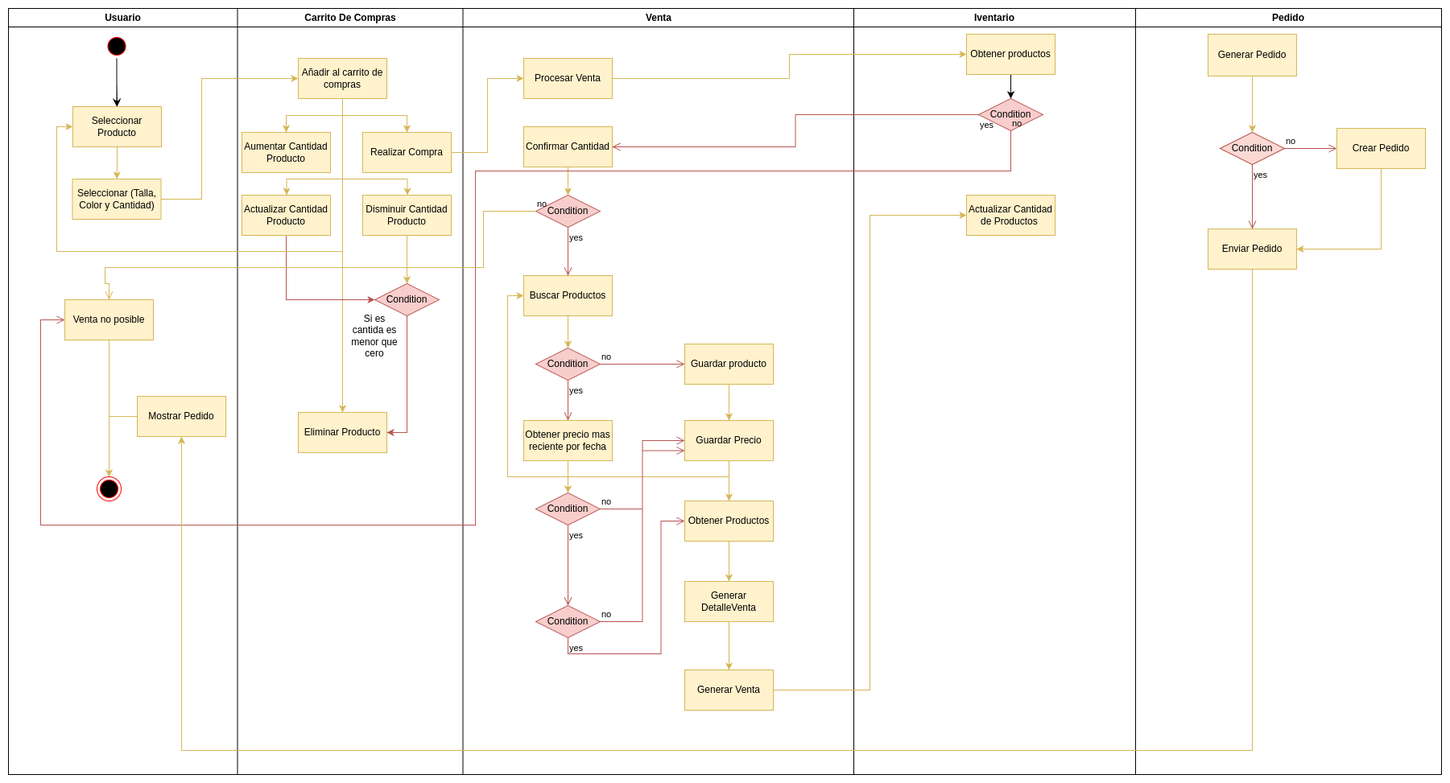
Earlier version of the draw.io export Diagramas/UML/Actividades/Pedidos.png (Gilgamesh06/Ecommerce). Source tidied: cells renumbered, new cells last; positions are measured from the earlier drawing's top-left corner, leaving out a move shared by most shapes.
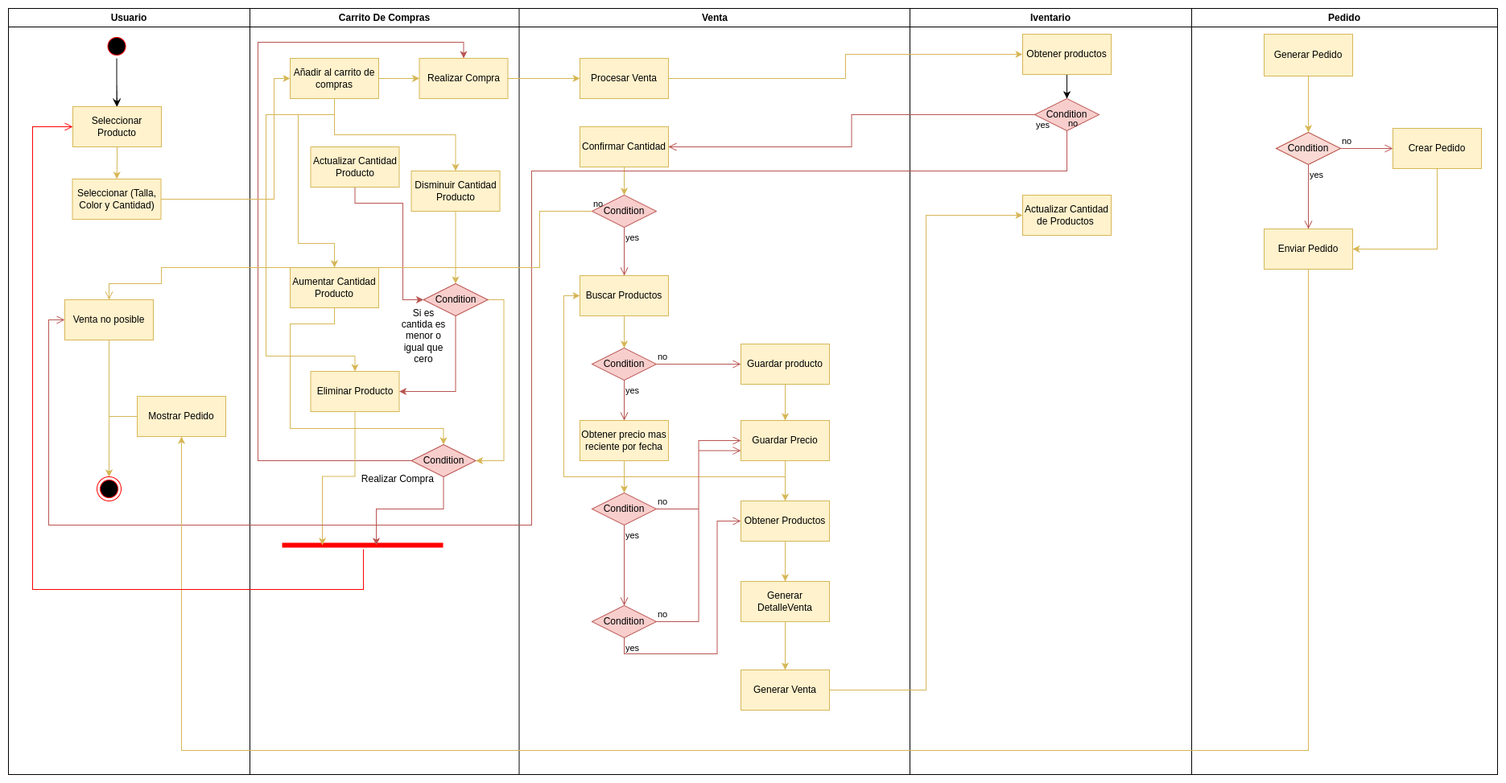
The same diagram one commit later.

Commit message:
Se actualizo el diagrama de Actividades.

The edit, as a diff of the source:
```diff
@@ -3,7 +3,7 @@
     <mxCell id="0" />
     <mxCell id="1" parent="0" />
     <mxCell id="2" value="Usuario" style="swimlane;whiteSpace=wrap;" parent="1" vertex="1">
-      <mxGeometry width="284.5" height="952" as="geometry" />
+      <mxGeometry x="-70" width="300" height="952" as="geometry" />
     </mxCell>
     <mxCell id="3" style="edgeStyle=orthogonalEdgeStyle;rounded=0;jettySize=auto;html=1;" parent="2" edge="1" source="4" target="7">
       <mxGeometry relative="1" as="geometry" />
@@ -41,66 +41,110 @@
       <mxGeometry x="110" y="582" width="30" height="30" as="geometry" />
     </mxCell>
     <mxCell id="14" value="Carrito De Compras" style="swimlane;whiteSpace=wrap;" parent="1" vertex="1">
-      <mxGeometry x="284.5" width="280" height="952" as="geometry" />
+      <mxGeometry x="230" width="334.5" height="952" as="geometry" />
     </mxCell>
+    <mxCell id="18" style="edgeStyle=orthogonalEdgeStyle;rounded=0;jettySize=auto;html=1;exitX=1;exitY=0.5;exitDx=0;exitDy=0;fillColor=#fff2cc;strokeColor=#d6b656;" parent="14" edge="1" source="20" target="27">
+      <mxGeometry relative="1" as="geometry" />
+    </mxCell>
+    <mxCell id="16" style="edgeStyle=orthogonalEdgeStyle;rounded=0;jettySize=auto;html=1;exitX=0.5;exitY=1;exitDx=0;exitDy=0;fillColor=#fff2cc;strokeColor=#d6b656;" parent="14" edge="1" source="20" target="23">
+      <mxGeometry relative="1" as="geometry" />
+    </mxCell>
+    <mxCell id="19" style="edgeStyle=orthogonalEdgeStyle;rounded=0;jettySize=auto;html=1;exitX=0.5;exitY=1;exitDx=0;exitDy=0;entryX=0.5;entryY=0;entryDx=0;entryDy=0;fillColor=#fff2cc;strokeColor=#d6b656;" parent="14" edge="1" source="20" target="26">
+      <mxGeometry relative="1" as="geometry">
+        <Array as="points">
+          <mxPoint x="105" y="132" />
+          <mxPoint x="20" y="132" />
+          <mxPoint x="20" y="432" />
+          <mxPoint x="131" y="432" />
+        </Array>
+      </mxGeometry>
+    </mxCell>
-    <mxCell id="15" style="edgeStyle=orthogonalEdgeStyle;rounded=0;jettySize=auto;html=1;exitX=0.5;exitY=1;exitDx=0;exitDy=0;entryX=0.5;entryY=0;entryDx=0;entryDy=0;fillColor=#fff2cc;strokeColor=#d6b656;" parent="14" edge="1" source="20" target="21">
-      <mxGeometry relative="1" as="geometry" />
+    <mxCell id="15" style="edgeStyle=orthogonalEdgeStyle;rounded=0;jettySize=auto;html=1;exitX=0.5;exitY=1;exitDx=0;exitDy=0;fillColor=#fff2cc;strokeColor=#d6b656;" parent="14" edge="1" source="20" target="21">
+      <mxGeometry relative="1" as="geometry">
+        <Array as="points">
+          <mxPoint x="105" y="132" />
+          <mxPoint x="60" y="132" />
+          <mxPoint x="60" y="292" />
+          <mxPoint x="105" y="292" />
+        </Array>
+      </mxGeometry>
     </mxCell>
-    <mxCell id="16" style="edgeStyle=orthogonalEdgeStyle;rounded=0;jettySize=auto;html=1;exitX=0.5;exitY=1;exitDx=0;exitDy=0;fillColor=#fff2cc;strokeColor=#d6b656;" parent="14" edge="1" source="20" target="23">
-      <mxGeometry relative="1" as="geometry">
-        <Array as="points">
-          <mxPoint x="131" y="212" />
-          <mxPoint x="211" y="212" />
-        </Array>
-      </mxGeometry>
-    </mxCell>
-    <mxCell id="17" style="edgeStyle=orthogonalEdgeStyle;rounded=0;jettySize=auto;html=1;exitX=0.5;exitY=1;exitDx=0;exitDy=0;fillColor=#fff2cc;strokeColor=#d6b656;" parent="14" edge="1" source="20" target="25">
-      <mxGeometry relative="1" as="geometry">
-        <Array as="points">
-          <mxPoint x="131" y="212" />
-          <mxPoint x="61" y="212" />
-        </Array>
-      </mxGeometry>
-    </mxCell>
-    <mxCell id="18" style="edgeStyle=orthogonalEdgeStyle;rounded=0;jettySize=auto;html=1;exitX=0.5;exitY=1;exitDx=0;exitDy=0;fillColor=#fff2cc;strokeColor=#d6b656;" parent="14" edge="1" source="20" target="27">
-      <mxGeometry relative="1" as="geometry" />
-    </mxCell>
-    <mxCell id="19" style="edgeStyle=orthogonalEdgeStyle;rounded=0;jettySize=auto;html=1;exitX=0.5;exitY=1;exitDx=0;exitDy=0;fillColor=#fff2cc;strokeColor=#d6b656;" parent="14" edge="1" source="20" target="26">
-      <mxGeometry relative="1" as="geometry" />
-    </mxCell>
     <mxCell id="20" value="Añadir al carrito de compras" style="html=1;whiteSpace=wrap;fillColor=#fff2cc;strokeColor=#d6b656;" parent="14" vertex="1">
-      <mxGeometry x="75.5" y="62" width="110" height="50" as="geometry" />
+      <mxGeometry x="50" y="62" width="110" height="50" as="geometry" />
     </mxCell>
+    <mxCell id="83" style="edgeStyle=orthogonalEdgeStyle;rounded=0;jettySize=auto;html=1;exitX=0.5;exitY=1;exitDx=0;exitDy=0;entryX=0.5;entryY=0;entryDx=0;entryDy=0;fillColor=#fff2cc;strokeColor=#d6b656;" parent="14" edge="1" source="21" target="87">
+      <mxGeometry relative="1" as="geometry">
+        <Array as="points">
+          <mxPoint x="105" y="392" />
+          <mxPoint x="50" y="392" />
+          <mxPoint x="50" y="522" />
+          <mxPoint x="241" y="522" />
+        </Array>
+      </mxGeometry>
+    </mxCell>
     <mxCell id="21" value="Aumentar Cantidad Producto" style="html=1;whiteSpace=wrap;fillColor=#fff2cc;strokeColor=#d6b656;" parent="14" vertex="1">
-      <mxGeometry x="5.5" y="154" width="110" height="50" as="geometry" />
+      <mxGeometry x="50" y="322" width="110" height="50" as="geometry" />
     </mxCell>
     <mxCell id="22" style="edgeStyle=orthogonalEdgeStyle;rounded=0;jettySize=auto;html=1;exitX=0.5;exitY=1;exitDx=0;exitDy=0;entryX=0.5;entryY=0;entryDx=0;entryDy=0;fillColor=#fff2cc;strokeColor=#d6b656;" parent="14" edge="1" source="23" target="29">
       <mxGeometry relative="1" as="geometry" />
     </mxCell>
     <mxCell id="23" value="Disminuir Cantidad Producto" style="html=1;whiteSpace=wrap;fillColor=#fff2cc;strokeColor=#d6b656;" parent="14" vertex="1">
-      <mxGeometry x="155.5" y="232" width="110" height="50" as="geometry" />
+      <mxGeometry x="200.5" y="202" width="110" height="50" as="geometry" />
     </mxCell>
     <mxCell id="24" style="edgeStyle=orthogonalEdgeStyle;rounded=0;jettySize=auto;html=1;exitX=0.5;exitY=1;exitDx=0;exitDy=0;entryX=0;entryY=0.5;entryDx=0;entryDy=0;fillColor=#f8cecc;strokeColor=#b85450;" parent="14" edge="1" source="25" target="29">
-      <mxGeometry relative="1" as="geometry" />
+      <mxGeometry relative="1" as="geometry">
+        <Array as="points">
+          <mxPoint x="131" y="242" />
+          <mxPoint x="190" y="242" />
+          <mxPoint x="190" y="362" />
+        </Array>
+      </mxGeometry>
     </mxCell>
     <mxCell id="25" value="Actualizar Cantidad Producto" style="html=1;whiteSpace=wrap;fillColor=#fff2cc;strokeColor=#d6b656;" parent="14" vertex="1">
-      <mxGeometry x="5.5" y="232" width="110" height="50" as="geometry" />
+      <mxGeometry x="75.5" y="172" width="110" height="50" as="geometry" />
     </mxCell>
     <mxCell id="26" value="Eliminar Producto" style="html=1;whiteSpace=wrap;fillColor=#fff2cc;strokeColor=#d6b656;" parent="14" vertex="1">
-      <mxGeometry x="75.5" y="502" width="110" height="50" as="geometry" />
+      <mxGeometry x="75.5" y="451" width="110" height="50" as="geometry" />
     </mxCell>
     <mxCell id="27" value="Realizar Compra" style="html=1;whiteSpace=wrap;fillColor=#fff2cc;strokeColor=#d6b656;" parent="14" vertex="1">
-      <mxGeometry x="155.5" y="154" width="110" height="50" as="geometry" />
+      <mxGeometry x="210.5" y="62" width="110" height="50" as="geometry" />
     </mxCell>
     <mxCell id="28" style="edgeStyle=orthogonalEdgeStyle;rounded=0;jettySize=auto;html=1;exitX=0.5;exitY=1;exitDx=0;exitDy=0;entryX=1;entryY=0.5;entryDx=0;entryDy=0;fillColor=#f8cecc;strokeColor=#b85450;" parent="14" edge="1" source="29" target="26">
       <mxGeometry relative="1" as="geometry" />
     </mxCell>
+    <mxCell id="84" style="edgeStyle=orthogonalEdgeStyle;rounded=0;jettySize=auto;html=1;exitX=1;exitY=0.5;exitDx=0;exitDy=0;entryX=1;entryY=0.5;entryDx=0;entryDy=0;fillColor=#fff2cc;strokeColor=#d6b656;" parent="14" edge="1" source="29" target="87">
+      <mxGeometry relative="1" as="geometry" />
+    </mxCell>
     <mxCell id="29" value="Condition" style="rhombus;whiteSpace=wrap;html=1;fillColor=#f8cecc;strokeColor=#b85450;" parent="14" vertex="1">
-      <mxGeometry x="170.5" y="342" width="80" height="40" as="geometry" />
+      <mxGeometry x="215.5" y="342" width="80" height="40" as="geometry" />
     </mxCell>
-    <mxCell id="30" value="Si es cantida es menor que cero" style="text;html=1;align=center;verticalAlign=middle;whiteSpace=wrap;rounded=0;" parent="14" vertex="1">
-      <mxGeometry x="140.5" y="392" width="60" height="30" as="geometry" />
+    <mxCell id="30" value="Si es cantida es menor o igual que cero" style="text;html=1;align=center;verticalAlign=middle;whiteSpace=wrap;rounded=0;" parent="14" vertex="1">
+      <mxGeometry x="185.5" y="392" width="60" height="30" as="geometry" />
     </mxCell>
+    <mxCell id="85" style="shape=line;html=1;strokeWidth=6;strokeColor=#ff0000;" parent="14" vertex="1">
+      <mxGeometry x="40" y="662" width="200" height="10" as="geometry" />
+    </mxCell>
+    <mxCell id="86" style="edgeStyle=orthogonalEdgeStyle;rounded=0;jettySize=auto;html=1;exitX=0;exitY=0.5;exitDx=0;exitDy=0;entryX=0.5;entryY=0;entryDx=0;entryDy=0;fillColor=#f8cecc;strokeColor=#b85450;" parent="14" edge="1" source="87" target="27">
+      <mxGeometry relative="1" as="geometry">
+        <Array as="points">
+          <mxPoint x="10" y="562" />
+          <mxPoint x="10" y="42" />
+          <mxPoint x="266" y="42" />
+        </Array>
+      </mxGeometry>
+    </mxCell>
+    <mxCell id="87" value="Condition" style="rhombus;whiteSpace=wrap;html=1;fillColor=#f8cecc;strokeColor=#b85450;" parent="14" vertex="1">
+      <mxGeometry x="200.5" y="542" width="80" height="40" as="geometry" />
+    </mxCell>
+    <mxCell id="88" style="edgeStyle=orthogonalEdgeStyle;rounded=0;jettySize=auto;html=1;exitX=0.5;exitY=1;exitDx=0;exitDy=0;entryX=0.25;entryY=0.5;entryDx=0;entryDy=0;entryPerimeter=0;fillColor=#fff2cc;strokeColor=#d6b656;" parent="14" edge="1" source="26" target="85">
+      <mxGeometry relative="1" as="geometry" />
+    </mxCell>
+    <mxCell id="89" style="edgeStyle=orthogonalEdgeStyle;rounded=0;jettySize=auto;html=1;exitX=0.5;exitY=1;exitDx=0;exitDy=0;entryX=0.585;entryY=0.5;entryDx=0;entryDy=0;entryPerimeter=0;fillColor=#f8cecc;strokeColor=#b85450;" parent="14" edge="1" source="87" target="85">
+      <mxGeometry relative="1" as="geometry" />
+    </mxCell>
+    <mxCell id="90" value="&lt;span style=&quot;font-weight: normal;&quot;&gt;Realizar Compra&amp;nbsp;&lt;/span&gt;" style="text;align=center;fontStyle=1;verticalAlign=middle;spacingLeft=3;spacingRight=3;strokeColor=none;html=1;" parent="14" vertex="1">
+      <mxGeometry x="170" y="562" width="30.5" height="46" as="geometry" />
+    </mxCell>
     <mxCell id="31" value="Venta" style="swimlane;whiteSpace=wrap;" parent="1" vertex="1">
       <mxGeometry x="564.5" width="485.5" height="952" as="geometry" />
     </mxCell>
@@ -239,8 +283,8 @@
     <mxCell id="74" style="edgeStyle=orthogonalEdgeStyle;rounded=0;jettySize=auto;html=1;exitX=1;exitY=0.5;exitDx=0;exitDy=0;entryX=0;entryY=0.5;entryDx=0;entryDy=0;fillColor=#fff2cc;strokeColor=#d6b656;" parent="1" edge="1" source="8" target="20">
       <mxGeometry relative="1" as="geometry">
         <Array as="points">
-          <mxPoint x="240" y="237" />
-          <mxPoint x="240" y="87" />
+          <mxPoint x="260" y="237" />
+          <mxPoint x="260" y="87" />
         </Array>
       </mxGeometry>
     </mxCell>
@@ -253,8 +297,8 @@
           <mxPoint x="1245" y="202" />
           <mxPoint x="580" y="202" />
           <mxPoint x="580" y="642" />
-          <mxPoint x="40" y="642" />
-          <mxPoint x="40" y="387" />
+          <mxPoint x="-20" y="642" />
+          <mxPoint x="-20" y="387" />
         </Array>
       </mxGeometry>
     </mxCell>
@@ -268,7 +312,7 @@
           <mxPoint x="590" y="322" />
           <mxPoint x="120" y="322" />
           <mxPoint x="120" y="342" />
-          <mxPoint x="125" y="342" />
+          <mxPoint x="55" y="342" />
         </Array>
       </mxGeometry>
     </mxCell>
@@ -279,21 +323,21 @@
       <mxGeometry relative="1" as="geometry">
         <Array as="points">
           <mxPoint x="1545" y="922" />
-          <mxPoint x="215" y="922" />
+          <mxPoint x="145" y="922" />
         </Array>
       </mxGeometry>
     </mxCell>
-    <mxCell id="81" style="edgeStyle=orthogonalEdgeStyle;rounded=0;jettySize=auto;html=1;exitX=0.5;exitY=1;exitDx=0;exitDy=0;entryX=0;entryY=0.5;entryDx=0;entryDy=0;fillColor=#fff2cc;strokeColor=#d6b656;" parent="1" edge="1" source="20" target="7">
-      <mxGeometry relative="1" as="geometry">
-        <Array as="points">
-          <mxPoint x="415" y="302" />
-          <mxPoint x="60" y="302" />
-          <mxPoint x="60" y="147" />
-        </Array>
-      </mxGeometry>
-    </mxCell>
     <mxCell id="82" style="edgeStyle=orthogonalEdgeStyle;rounded=0;jettySize=auto;html=1;exitX=1;exitY=0.5;exitDx=0;exitDy=0;entryX=0;entryY=0.5;entryDx=0;entryDy=0;fillColor=#fff2cc;strokeColor=#d6b656;" parent="1" edge="1" source="27" target="32">
       <mxGeometry relative="1" as="geometry" />
     </mxCell>
+    <mxCell id="91" style="edgeStyle=orthogonalEdgeStyle;html=1;verticalAlign=bottom;endArrow=open;endSize=8;strokeColor=#ff0000;rounded=0;entryX=0;entryY=0.5;entryDx=0;entryDy=0;" parent="1" edge="1" source="85" target="7">
+      <mxGeometry relative="1" as="geometry">
+        <Array as="points">
+          <mxPoint x="371" y="722" />
+          <mxPoint x="-40" y="722" />
+          <mxPoint x="-40" y="147" />
+        </Array>
+      </mxGeometry>
+    </mxCell>
   </root>
 </mxGraphModel>
```
